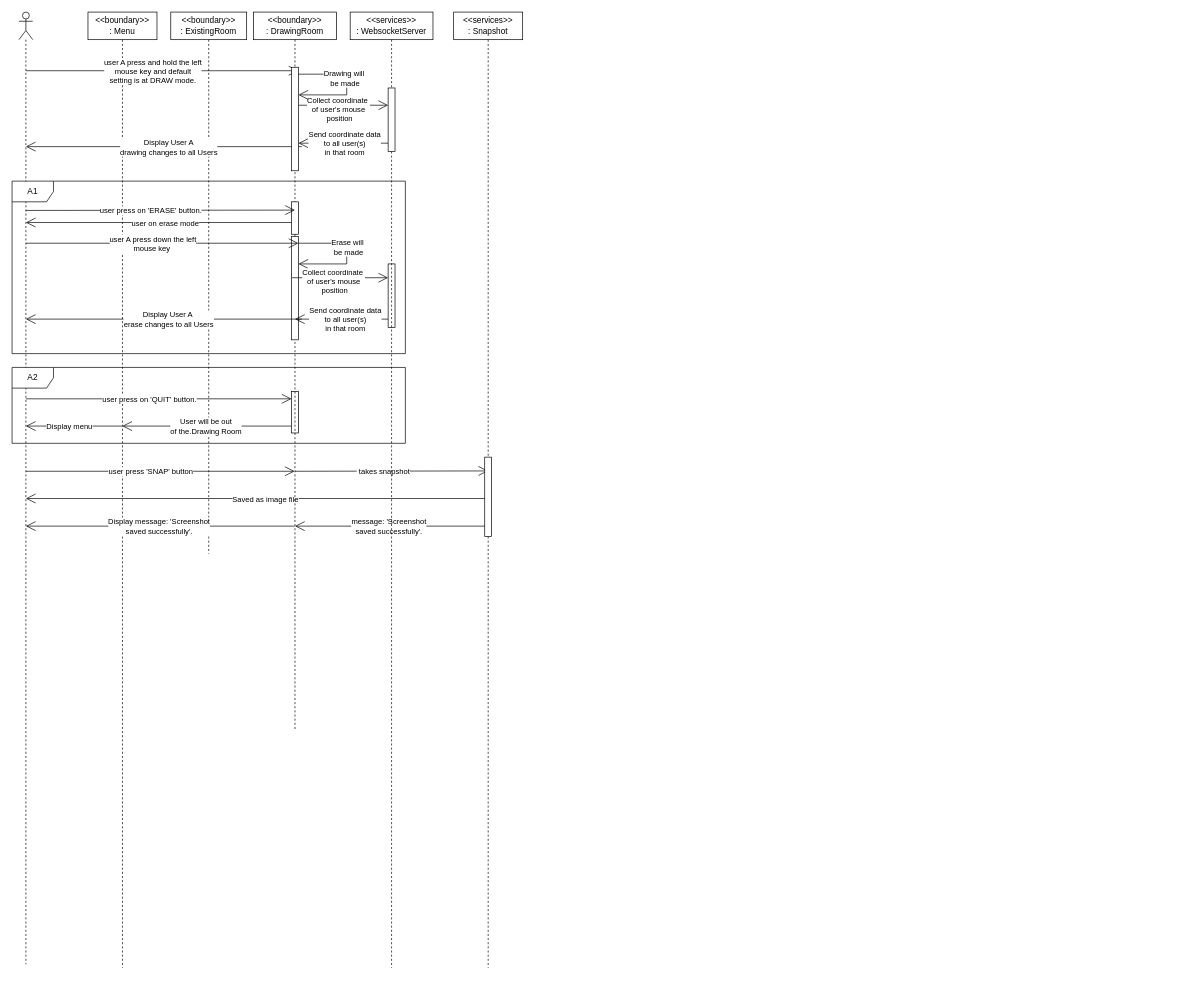
adilelli/softwarereq keeps this draw.io diagram as page "Page-2" (2 of 2) of pma.drawio. Above is the earlier version. Source tidied: cells renumbered, new cells numbered last; positions are measured from the earlier drawing's top-left corner, leaving out a move shared by most shapes. Both pictures are drawn from the tidied source at 69%, with x=0, y=0 at pixel (12, 12).
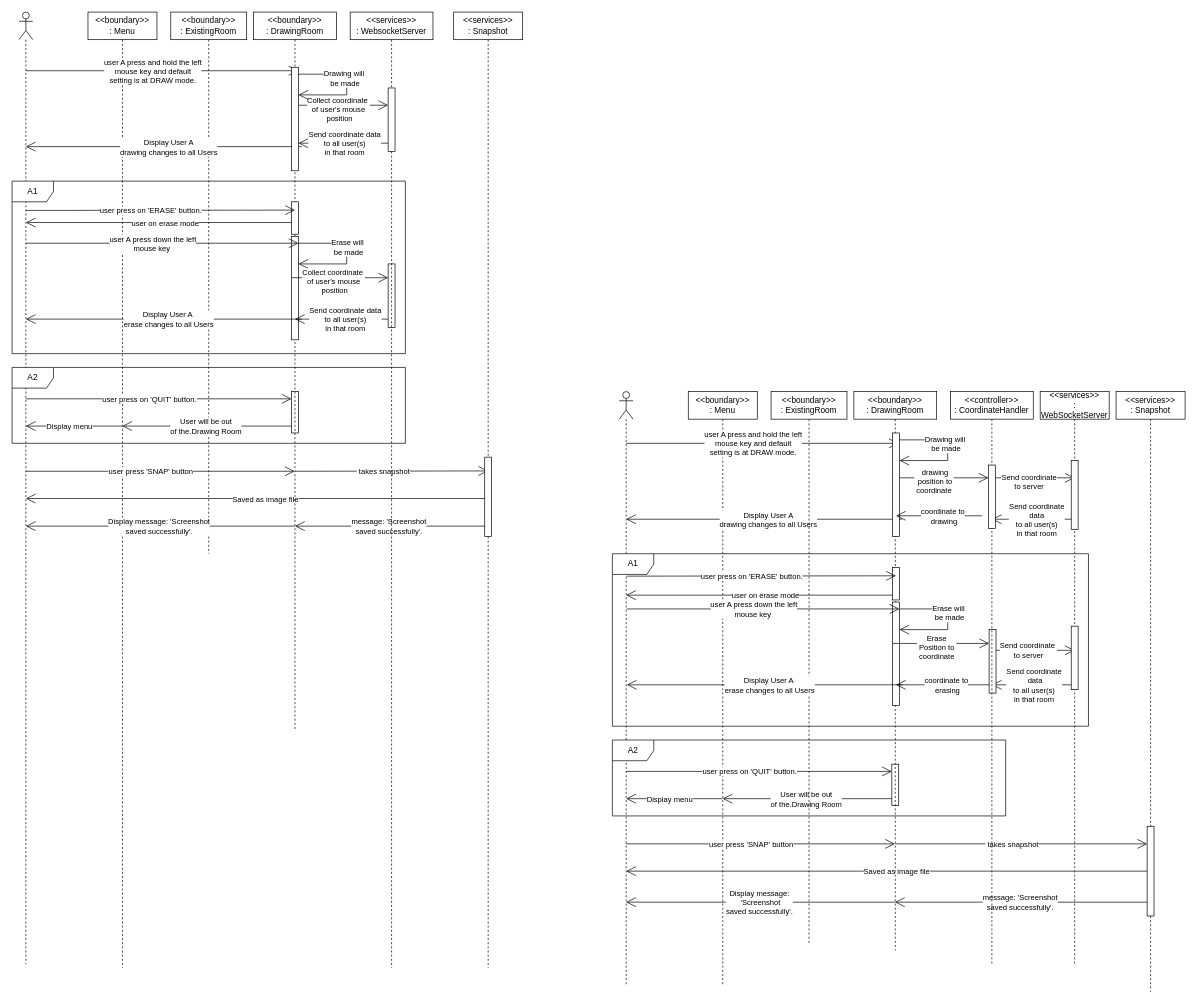
The same diagram, later.

Diff of the diagram source:
```diff
@@
+    <mxCell id="57" value="&amp;lt;&amp;lt;boundary&amp;gt;&amp;gt;&lt;br&gt;: Menu" style="shape=umlLifeline;perimeter=lifelinePerimeter;whiteSpace=wrap;html=1;newEdgeStyle={&quot;curved&quot;:0,&quot;rounded&quot;:0};" parent="1" vertex="1">
+      <mxGeometry x="980" y="550" width="100" height="860" as="geometry" />
+    </mxCell>
+    <mxCell id="58" style="shape=umlLifeline;perimeter=lifelinePerimeter;whiteSpace=wrap;html=1;newEdgeStyle={&quot;curved&quot;:0,&quot;rounded&quot;:0};participant=umlActor;" parent="1" vertex="1">
+      <mxGeometry x="880" y="550" width="20" height="860" as="geometry" />
+    </mxCell>
+    <mxCell id="59" style="endArrow=open;endFill=1;endSize=12;html=1;rounded=0;" parent="1" edge="1">
+      <mxGeometry relative="1" as="geometry">
+        <mxPoint x="1275.5" y="675" as="sourcePoint" />
+        <mxPoint x="1415" y="675" as="targetPoint" />
+      </mxGeometry>
+    </mxCell>
+    <mxCell id="60" value="&amp;nbsp;drawing&lt;br&gt;&amp;nbsp;position to&lt;br&gt;&amp;nbsp;coordinate&amp;nbsp;" style="edgeLabel;html=1;align=center;verticalAlign=middle;" parent="59" vertex="1">
+      <mxGeometry x="-0.31" y="-1" relative="1" as="geometry">
+        <mxPoint x="12" y="4" as="offset" />
+      </mxGeometry>
+    </mxCell>
+    <mxCell id="61" style="endArrow=open;endFill=1;endSize=12;html=1;rounded=0;" parent="1" edge="1">
+      <mxGeometry relative="1" as="geometry">
+        <mxPoint x="890" y="625" as="sourcePoint" />
+        <mxPoint x="1285" y="625" as="targetPoint" />
+      </mxGeometry>
+    </mxCell>
+    <mxCell id="62" value="user A press and hold the left&lt;br&gt;mouse key and default &lt;br&gt;setting is at DRAW mode." style="edgeLabel;html=1;align=center;verticalAlign=middle;" parent="61" vertex="1">
+      <mxGeometry x="-0.04" y="-5" relative="1" as="geometry">
+        <mxPoint x="-7" y="-5" as="offset" />
+      </mxGeometry>
+    </mxCell>
+    <mxCell id="63" style="endArrow=open;endFill=1;endSize=12;html=1;rounded=0;" parent="1" edge="1">
+      <mxGeometry relative="1" as="geometry">
+        <mxPoint x="1289.9" y="735" as="sourcePoint" />
+        <mxPoint x="890" y="735" as="targetPoint" />
+      </mxGeometry>
+    </mxCell>
+    <mxCell id="64" value="Display User A &lt;br&gt;drawing changes to all Users" style="edgeLabel;html=1;align=center;verticalAlign=middle;" parent="63" vertex="1">
+      <mxGeometry x="-0.04" y="-5" relative="1" as="geometry">
+        <mxPoint x="-2" y="5" as="offset" />
+      </mxGeometry>
+    </mxCell>
+    <mxCell id="65" value="A1" style="shape=umlFrame;whiteSpace=wrap;html=1;" parent="1" vertex="1">
+      <mxGeometry x="870" y="785" width="690" height="250" as="geometry" />
+    </mxCell>
+    <mxCell id="66" value="A2" style="shape=umlFrame;whiteSpace=wrap;html=1;" parent="1" vertex="1">
+      <mxGeometry x="870" y="1055" width="570" height="110" as="geometry" />
+    </mxCell>
+    <mxCell id="67" style="endArrow=open;endFill=1;endSize=12;html=1;rounded=0;" parent="1" edge="1">
+      <mxGeometry relative="1" as="geometry">
+        <mxPoint x="1280" y="845" as="sourcePoint" />
+        <mxPoint x="890" y="845" as="targetPoint" />
+      </mxGeometry>
+    </mxCell>
+    <mxCell id="68" value="user on erase mode" style="edgeLabel;html=1;align=center;verticalAlign=middle;" parent="67" vertex="1">
+      <mxGeometry x="-0.04" y="-5" relative="1" as="geometry">
+        <mxPoint x="-2" y="5" as="offset" />
+      </mxGeometry>
+    </mxCell>
+    <mxCell id="69" style="endArrow=open;endFill=1;endSize=12;html=1;rounded=0;" parent="1" edge="1">
+      <mxGeometry relative="1" as="geometry">
+        <mxPoint x="1280.3" y="1140" as="sourcePoint" />
+        <mxPoint x="1029.7" y="1140" as="targetPoint" />
+      </mxGeometry>
+    </mxCell>
+    <mxCell id="70" value="User will be out &lt;br&gt;of the.Drawing Room" style="edgeLabel;html=1;align=center;verticalAlign=middle;" parent="69" vertex="1">
+      <mxGeometry x="-0.04" y="-5" relative="1" as="geometry">
+        <mxPoint x="-10" y="5" as="offset" />
+      </mxGeometry>
+    </mxCell>
+    <mxCell id="71" style="endArrow=open;endFill=1;endSize=12;html=1;rounded=0;" parent="1" edge="1" target="73">
+      <mxGeometry relative="1" as="geometry">
+        <mxPoint x="890" y="1100.5" as="sourcePoint" />
+      </mxGeometry>
+    </mxCell>
+    <mxCell id="72" value="user press on 'QUIT' button." style="edgeLabel;html=1;align=center;verticalAlign=middle;" parent="71" vertex="1">
+      <mxGeometry x="-0.04" y="-5" relative="1" as="geometry">
+        <mxPoint x="-7" y="-5" as="offset" />
+      </mxGeometry>
+    </mxCell>
+    <mxCell id="73" style="html=1;points=[[0,0,0,0,5],[0,1,0,0,-5],[1,0,0,0,5],[1,1,0,0,-5]];perimeter=orthogonalPerimeter;outlineConnect=0;targetShapes=umlLifeline;portConstraint=eastwest;newEdgeStyle={&quot;curved&quot;:0,&quot;rounded&quot;:0};" parent="1" vertex="1">
+      <mxGeometry x="1275" y="1090" width="10" height="60" as="geometry" />
+    </mxCell>
+    <mxCell id="74" style="endArrow=open;endFill=1;endSize=12;html=1;rounded=0;" parent="1" edge="1">
+      <mxGeometry relative="1" as="geometry">
+        <mxPoint x="1029.5" y="1140" as="sourcePoint" />
+        <mxPoint x="890" y="1140" as="targetPoint" />
+      </mxGeometry>
+    </mxCell>
+    <mxCell id="75" value="Display menu" style="edgeLabel;html=1;align=center;verticalAlign=middle;" parent="74" vertex="1">
+      <mxGeometry x="-0.04" y="-5" relative="1" as="geometry">
+        <mxPoint x="-10" y="5" as="offset" />
+      </mxGeometry>
+    </mxCell>
+    <mxCell id="76" style="endArrow=open;endFill=1;endSize=12;html=1;rounded=0;" parent="1" edge="1">
+      <mxGeometry relative="1" as="geometry">
+        <mxPoint x="890" y="1205.5" as="sourcePoint" />
+        <mxPoint x="1279.5" y="1205.5" as="targetPoint" />
+      </mxGeometry>
+    </mxCell>
+    <mxCell id="77" value="user press 'SNAP' button" style="edgeLabel;html=1;align=center;verticalAlign=middle;" parent="76" vertex="1">
+      <mxGeometry x="-0.04" y="-5" relative="1" as="geometry">
+        <mxPoint x="-7" y="-5" as="offset" />
+      </mxGeometry>
+    </mxCell>
+    <mxCell id="78" style="endArrow=open;endFill=1;endSize=12;html=1;rounded=0;" parent="1" edge="1" target="122">
+      <mxGeometry relative="1" as="geometry">
+        <mxPoint x="1280" y="1205.5" as="sourcePoint" />
+      </mxGeometry>
+    </mxCell>
+    <mxCell id="79" value="&amp;nbsp;takes snapshot" style="edgeLabel;html=1;align=center;verticalAlign=middle;" parent="78" vertex="1">
+      <mxGeometry x="-0.04" y="-5" relative="1" as="geometry">
+        <mxPoint x="-7" y="-5" as="offset" />
+      </mxGeometry>
+    </mxCell>
+    <mxCell id="80" style="endArrow=open;endFill=1;endSize=12;html=1;rounded=0;" parent="1" edge="1" source="122">
+      <mxGeometry relative="1" as="geometry">
+        <mxPoint x="890" y="1245" as="targetPoint" />
+      </mxGeometry>
+    </mxCell>
+    <mxCell id="81" value="Saved as image file" style="edgeLabel;html=1;align=center;verticalAlign=middle;" parent="80" vertex="1">
+      <mxGeometry x="-0.04" y="-5" relative="1" as="geometry">
+        <mxPoint x="-2" y="5" as="offset" />
+      </mxGeometry>
+    </mxCell>
+    <mxCell id="82" style="endArrow=open;endFill=1;endSize=12;html=1;rounded=0;" parent="1" edge="1" source="122" target="95">
+      <mxGeometry relative="1" as="geometry">
+        <Array as="points">
+          <mxPoint x="1320" y="1290" />
+        </Array>
+      </mxGeometry>
+    </mxCell>
+    <mxCell id="83" value="message: 'Screenshot &lt;br&gt;saved successfully'." style="edgeLabel;html=1;align=center;verticalAlign=middle;" parent="82" vertex="1">
+      <mxGeometry x="-0.04" y="-5" relative="1" as="geometry">
+        <mxPoint x="-10" y="5" as="offset" />
+      </mxGeometry>
+    </mxCell>
+    <mxCell id="84" style="endArrow=open;endFill=1;endSize=12;html=1;rounded=0;" parent="1" edge="1">
+      <mxGeometry relative="1" as="geometry">
+        <mxPoint x="1420" y="675" as="sourcePoint" />
+        <mxPoint x="1540" y="675" as="targetPoint" />
+      </mxGeometry>
+    </mxCell>
+    <mxCell id="85" value="Send coordinate &lt;br&gt;to server" style="edgeLabel;html=1;align=center;verticalAlign=middle;" parent="84" vertex="1">
+      <mxGeometry x="-0.31" y="-1" relative="1" as="geometry">
+        <mxPoint x="12" y="4" as="offset" />
+      </mxGeometry>
+    </mxCell>
+    <mxCell id="86" style="endArrow=open;endFill=1;endSize=12;html=1;rounded=0;" parent="1" edge="1">
+      <mxGeometry relative="1" as="geometry">
+        <mxPoint x="1540" y="735" as="sourcePoint" />
+        <mxPoint x="1420" y="735" as="targetPoint" />
+      </mxGeometry>
+    </mxCell>
+    <mxCell id="87" value="Send coordinate &lt;br&gt;data &lt;br&gt;to all user(s) &lt;br&gt;in that room" style="edgeLabel;html=1;align=center;verticalAlign=middle;" parent="86" vertex="1">
+      <mxGeometry x="-0.04" y="-5" relative="1" as="geometry">
+        <mxPoint x="2" y="5" as="offset" />
+      </mxGeometry>
+    </mxCell>
+    <mxCell id="88" style="endArrow=open;endFill=1;endSize=12;html=1;rounded=0;" parent="1" edge="1">
+      <mxGeometry relative="1" as="geometry">
+        <mxPoint x="1420" y="924.9" as="sourcePoint" />
+        <mxPoint x="1540" y="925" as="targetPoint" />
+      </mxGeometry>
+    </mxCell>
+    <mxCell id="89" value="Send coordinate&amp;nbsp;&lt;br style=&quot;border-color: var(--border-color);&quot;&gt;to server" style="edgeLabel;html=1;align=center;verticalAlign=middle;" parent="88" vertex="1">
+      <mxGeometry x="-0.31" y="-1" relative="1" as="geometry">
+        <mxPoint x="12" y="-1" as="offset" />
+      </mxGeometry>
+    </mxCell>
+    <mxCell id="90" style="endArrow=open;endFill=1;endSize=12;html=1;rounded=0;" parent="1" edge="1">
+      <mxGeometry relative="1" as="geometry">
+        <mxPoint x="1540" y="975" as="sourcePoint" />
+        <mxPoint x="1420" y="975" as="targetPoint" />
+      </mxGeometry>
+    </mxCell>
+    <mxCell id="91" value="Send coordinate&lt;br&gt;&amp;nbsp;data &lt;br&gt;to all user(s) &lt;br&gt;in that room" style="edgeLabel;html=1;align=center;verticalAlign=middle;" parent="90" vertex="1">
+      <mxGeometry x="-0.04" y="-5" relative="1" as="geometry">
+        <mxPoint x="-2" y="5" as="offset" />
+      </mxGeometry>
+    </mxCell>
+    <mxCell id="92" style="endArrow=open;endFill=1;endSize=12;html=1;rounded=0;" parent="1" edge="1" source="95">
+      <mxGeometry relative="1" as="geometry">
+        <mxPoint x="889.9" y="1290" as="targetPoint" />
+      </mxGeometry>
+    </mxCell>
+    <mxCell id="93" value="Display message:&lt;br&gt;&amp;nbsp;'Screenshot &lt;br&gt;saved successfully'." style="edgeLabel;html=1;align=center;verticalAlign=middle;" parent="92" vertex="1">
+      <mxGeometry x="-0.04" y="-5" relative="1" as="geometry">
+        <mxPoint x="-10" y="5" as="offset" />
+      </mxGeometry>
+    </mxCell>
+    <mxCell id="94" value="&amp;lt;&amp;lt;boundary&amp;gt;&amp;gt;&lt;br&gt;: ExistingRoom" style="shape=umlLifeline;perimeter=lifelinePerimeter;whiteSpace=wrap;html=1;newEdgeStyle={&quot;curved&quot;:0,&quot;rounded&quot;:0};" parent="1" vertex="1">
+      <mxGeometry x="1100" y="550" width="110" height="800" as="geometry" />
+    </mxCell>
+    <mxCell id="95" value="&amp;lt;&amp;lt;boundary&amp;gt;&amp;gt;&lt;br&gt;: DrawingRoom" style="shape=umlLifeline;perimeter=lifelinePerimeter;whiteSpace=wrap;html=1;outlineConnect=0;portConstraint=eastwest;newEdgeStyle={&quot;curved&quot;:0,&quot;rounded&quot;:0};" parent="1" vertex="1">
+      <mxGeometry x="1220" y="550" width="120" height="810" as="geometry" />
+    </mxCell>
+    <mxCell id="96" style="html=1;perimeter=orthogonalPerimeter;targetShapes=umlLifeline;newEdgeStyle={&quot;curved&quot;:0,&quot;rounded&quot;:0};" parent="95" vertex="1">
+      <mxGeometry x="56" y="60" width="10" height="150" as="geometry" />
+    </mxCell>
+    <mxCell id="97" style="endArrow=open;endFill=1;endSize=12;html=1;rounded=0;" parent="95" edge="1">
+      <mxGeometry relative="1" as="geometry">
+        <mxPoint x="66" y="70" as="sourcePoint" />
+        <mxPoint x="66" y="100" as="targetPoint" />
+        <Array as="points">
+          <mxPoint x="136" y="70" />
+          <mxPoint x="136" y="100" />
+        </Array>
+      </mxGeometry>
+    </mxCell>
+    <mxCell id="98" value="Drawing will&lt;br&gt;&amp;nbsp;be made" style="edgeLabel;html=1;align=center;verticalAlign=middle;" parent="97" vertex="1">
+      <mxGeometry x="-0.04" y="-5" relative="1" as="geometry">
+        <mxPoint y="-7" as="offset" />
+      </mxGeometry>
+    </mxCell>
+    <mxCell id="99" style="endArrow=open;endFill=1;endSize=12;html=1;rounded=0;" parent="95" edge="1">
+      <mxGeometry relative="1" as="geometry">
+        <mxPoint x="186" y="180" as="sourcePoint" />
+        <mxPoint x="61" y="180" as="targetPoint" />
+      </mxGeometry>
+    </mxCell>
+    <mxCell id="100" value="coordinate to&lt;br&gt;&amp;nbsp;drawing" style="edgeLabel;html=1;align=center;verticalAlign=middle;" parent="99" vertex="1">
+      <mxGeometry x="-0.04" y="-5" relative="1" as="geometry">
+        <mxPoint x="2" y="5" as="offset" />
+      </mxGeometry>
+    </mxCell>
+    <mxCell id="101" style="html=1;perimeter=orthogonalPerimeter;targetShapes=umlLifeline;newEdgeStyle={&quot;curved&quot;:0,&quot;rounded&quot;:0};" parent="95" vertex="1">
+      <mxGeometry x="56" y="305" width="10" height="150" as="geometry" />
+    </mxCell>
+    <mxCell id="102" style="endArrow=open;endFill=1;endSize=12;html=1;rounded=0;" parent="95" edge="1">
+      <mxGeometry relative="1" as="geometry">
+        <mxPoint x="66" y="315" as="sourcePoint" />
+        <mxPoint x="66" y="345" as="targetPoint" />
+        <Array as="points">
+          <mxPoint x="136" y="315" />
+          <mxPoint x="136" y="345" />
+        </Array>
+      </mxGeometry>
+    </mxCell>
+    <mxCell id="103" value="Erase will&lt;br&gt;&amp;nbsp;be made" style="edgeLabel;html=1;align=center;verticalAlign=middle;" parent="102" vertex="1">
+      <mxGeometry x="-0.04" y="-5" relative="1" as="geometry">
+        <mxPoint x="5" y="-7" as="offset" />
+      </mxGeometry>
+    </mxCell>
+    <mxCell id="104" style="endArrow=open;endFill=1;endSize=12;html=1;rounded=0;" parent="95" edge="1" source="106">
+      <mxGeometry relative="1" as="geometry">
+        <mxPoint x="61" y="425" as="targetPoint" />
+      </mxGeometry>
+    </mxCell>
+    <mxCell id="105" value="coordinate to&lt;br style=&quot;border-color: var(--border-color);&quot;&gt;&amp;nbsp;erasing" style="edgeLabel;html=1;align=center;verticalAlign=middle;" parent="104" vertex="1">
+      <mxGeometry x="-0.04" y="-5" relative="1" as="geometry">
+        <mxPoint x="2" y="5" as="offset" />
+      </mxGeometry>
+    </mxCell>
+    <mxCell id="106" style="html=1;points=[[0,0,0,0,5],[0,1,0,0,-5],[1,0,0,0,5],[1,1,0,0,-5]];perimeter=orthogonalPerimeter;outlineConnect=0;targetShapes=umlLifeline;portConstraint=eastwest;newEdgeStyle={&quot;curved&quot;:0,&quot;rounded&quot;:0};" parent="95" vertex="1">
+      <mxGeometry x="196" y="345" width="10" height="92" as="geometry" />
+    </mxCell>
+    <mxCell id="107" style="endArrow=open;endFill=1;endSize=12;html=1;rounded=0;" parent="95" edge="1">
+      <mxGeometry relative="1" as="geometry">
+        <mxPoint x="56.5" y="365" as="sourcePoint" />
+        <mxPoint x="196" y="365" as="targetPoint" />
+      </mxGeometry>
+    </mxCell>
+    <mxCell id="108" value="Erase&lt;br&gt;Position to&lt;br style=&quot;border-color: var(--border-color);&quot;&gt;&amp;nbsp;coordinate&amp;nbsp;" style="edgeLabel;html=1;align=center;verticalAlign=middle;" parent="107" vertex="1">
+      <mxGeometry x="-0.31" y="-1" relative="1" as="geometry">
+        <mxPoint x="15" y="4" as="offset" />
+      </mxGeometry>
+    </mxCell>
+    <mxCell id="109" style="endArrow=open;endFill=1;endSize=12;html=1;rounded=0;" parent="95" edge="1">
+      <mxGeometry relative="1" as="geometry">
+        <mxPoint x="-329" y="315" as="sourcePoint" />
+        <mxPoint x="66" y="315" as="targetPoint" />
+      </mxGeometry>
+    </mxCell>
+    <mxCell id="110" value="user A press down the left&lt;br&gt;mouse key&amp;nbsp;" style="edgeLabel;html=1;align=center;verticalAlign=middle;" parent="109" vertex="1">
+      <mxGeometry x="-0.04" y="-5" relative="1" as="geometry">
+        <mxPoint x="-7" y="-5" as="offset" />
+      </mxGeometry>
+    </mxCell>
+    <mxCell id="111" style="endArrow=open;endFill=1;endSize=12;html=1;rounded=0;" parent="95" edge="1">
+      <mxGeometry relative="1" as="geometry">
+        <mxPoint x="71" y="425" as="sourcePoint" />
+        <mxPoint x="-329" y="425" as="targetPoint" />
+      </mxGeometry>
+    </mxCell>
+    <mxCell id="112" value="Display User A&amp;nbsp;&lt;br style=&quot;border-color: var(--border-color);&quot;&gt;erase changes to all Users" style="edgeLabel;html=1;align=center;verticalAlign=middle;" parent="111" vertex="1">
+      <mxGeometry x="-0.04" y="-5" relative="1" as="geometry">
+        <mxPoint x="-2" y="5" as="offset" />
+      </mxGeometry>
+    </mxCell>
+    <mxCell id="113" style="html=1;perimeter=orthogonalPerimeter;targetShapes=umlLifeline;newEdgeStyle={&quot;curved&quot;:0,&quot;rounded&quot;:0};" parent="95" vertex="1">
+      <mxGeometry x="56" y="255" width="10" height="47" as="geometry" />
+    </mxCell>
+    <mxCell id="114" style="endArrow=open;endFill=1;endSize=12;html=1;rounded=0;" parent="95" edge="1">
+      <mxGeometry relative="1" as="geometry">
+        <mxPoint x="-329" y="267.5" as="sourcePoint" />
+        <mxPoint x="61" y="267" as="targetPoint" />
+      </mxGeometry>
+    </mxCell>
+    <mxCell id="115" value="user press on 'ERASE' button." style="edgeLabel;html=1;align=center;verticalAlign=middle;" parent="114" vertex="1">
+      <mxGeometry x="-0.04" y="-5" relative="1" as="geometry">
+        <mxPoint x="-7" y="-5" as="offset" />
+      </mxGeometry>
+    </mxCell>
+    <mxCell id="116" value="&amp;lt;&amp;lt;controller&amp;gt;&amp;gt;&lt;br&gt;: CoordinateHandler" style="shape=umlLifeline;perimeter=lifelinePerimeter;whiteSpace=wrap;html=1;newEdgeStyle={&quot;curved&quot;:0,&quot;rounded&quot;:0};" parent="1" vertex="1">
+      <mxGeometry x="1360" y="550" width="120" height="830" as="geometry" />
+    </mxCell>
+    <mxCell id="117" style="html=1;perimeter=orthogonalPerimeter;targetShapes=umlLifeline;newEdgeStyle={&quot;curved&quot;:0,&quot;rounded&quot;:0};" parent="116" vertex="1">
+      <mxGeometry x="55" y="106.5" width="10" height="92" as="geometry" />
+    </mxCell>
+    <mxCell id="118" value="&amp;lt;&amp;lt;services&amp;gt;&amp;gt;&lt;br&gt;: WebSocketServer" style="shape=umlLifeline;perimeter=lifelinePerimeter;whiteSpace=wrap;html=1;newEdgeStyle={&quot;curved&quot;:0,&quot;rounded&quot;:0};" parent="1" vertex="1">
+      <mxGeometry x="1490" y="550" width="100" height="830" as="geometry" />
+    </mxCell>
+    <mxCell id="119" style="html=1;perimeter=orthogonalPerimeter;targetShapes=umlLifeline;newEdgeStyle={&quot;curved&quot;:0,&quot;rounded&quot;:0};" parent="118" vertex="1">
+      <mxGeometry x="45" y="100" width="10" height="100" as="geometry" />
+    </mxCell>
+    <mxCell id="120" style="html=1;perimeter=orthogonalPerimeter;targetShapes=umlLifeline;newEdgeStyle={&quot;curved&quot;:0,&quot;rounded&quot;:0};" parent="118" vertex="1">
+      <mxGeometry x="45" y="340" width="10" height="92" as="geometry" />
+    </mxCell>
+    <mxCell id="121" value="&amp;lt;&amp;lt;services&amp;gt;&amp;gt;&lt;br&gt;: Snapshot" style="shape=umlLifeline;perimeter=lifelinePerimeter;whiteSpace=wrap;html=1;newEdgeStyle={&quot;curved&quot;:0,&quot;rounded&quot;:0};" parent="1" vertex="1">
+      <mxGeometry x="1600" y="550" width="100" height="870" as="geometry" />
+    </mxCell>
+    <mxCell id="122" style="html=1;points=[[0,0,0,0,5],[0,1,0,0,-5],[1,0,0,0,5],[1,1,0,0,-5]];perimeter=orthogonalPerimeter;outlineConnect=0;targetShapes=umlLifeline;portConstraint=eastwest;newEdgeStyle={&quot;curved&quot;:0,&quot;rounded&quot;:0};" parent="121" vertex="1">
+      <mxGeometry x="45" y="630" width="10" height="130" as="geometry" />
+    </mxCell>
```
